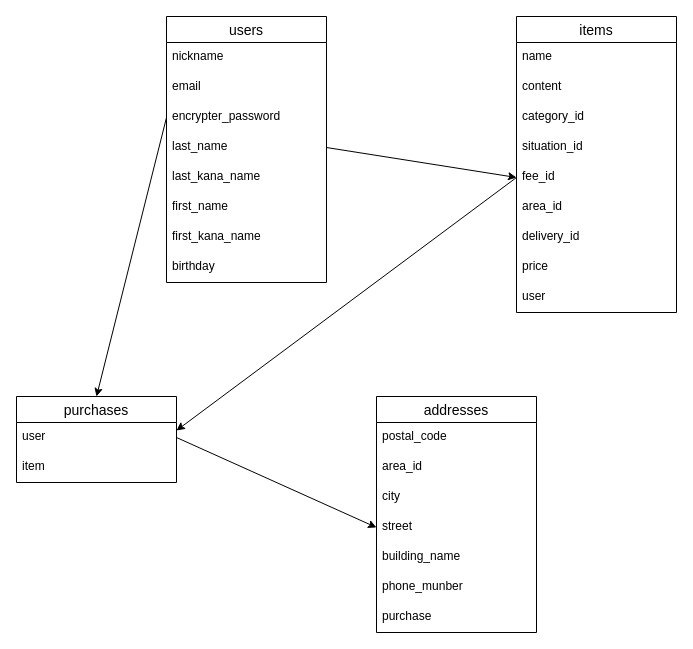
Above: er.dio in ven-b/furima-39732 (draw.io), before the change. Source tidied: cells renumbered, new cells numbered last; positions are measured from the earlier drawing's top-left corner, leaving out a move shared by most shapes. Both pictures are drawn from the tidied source at 100%, with x=0, y=0 at pixel (16, 16).
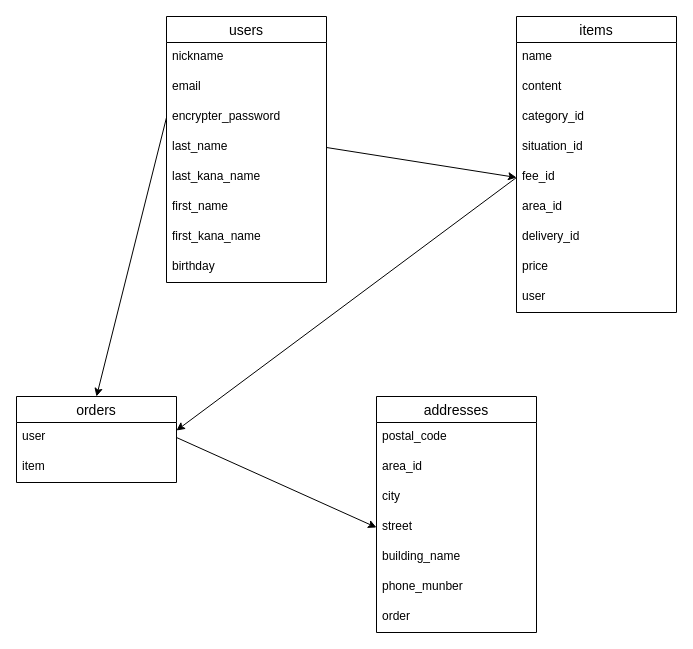
The same page after the edit.

Commit message (it also covers changes not shown here):
ER図とREADMEを一部補正

Unchanged cells that the change refers to:
```xml
<mxCell id="22" value="addresses" style="swimlane;fontStyle=0;horizontal=1;startSize=26;align=center;fontSize=14;rounded=0;" parent="1" vertex="1">
  <mxGeometry x="360" y="380" width="160" height="236" as="geometry" />
</mxCell>
```

What changed in the source:
```diff
@@
-    <mxCell id="29" value="purchase" style="text;strokeColor=none;fillColor=none;spacingLeft=4;spacingRight=4;overflow=hidden;fontSize=12;rounded=0;" parent="22" vertex="1">
+    <mxCell id="29" value="order" style="text;strokeColor=none;fillColor=none;spacingLeft=4;spacingRight=4;overflow=hidden;fontSize=12;rounded=0;" parent="22" vertex="1">
       <mxGeometry y="206" width="160" height="30" as="geometry" />
     </mxCell>
-    <mxCell id="30" value="purchases" style="swimlane;fontStyle=0;horizontal=1;startSize=26;align=center;fontSize=14;" parent="1" vertex="1">
+    <mxCell id="30" value="orders" style="swimlane;fontStyle=0;horizontal=1;startSize=26;align=center;fontSize=14;" parent="1" vertex="1">
       <mxGeometry y="380" width="160" height="86" as="geometry" />
     </mxCell>
```
